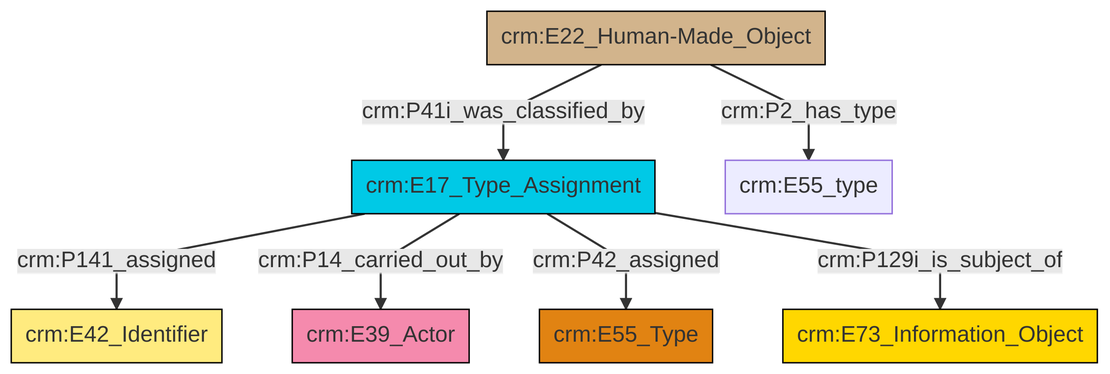
The Mermaid diagram et/builtWorkCSV/ttl/mmd/png/Built_Work_designation_status.png in swiss-art-research-net/reference-data-models, before a commit. Its source is kept beside it as et/builtWorkCSV/ttl/mmd/Built_Work_designation_status.ttl.mmd.
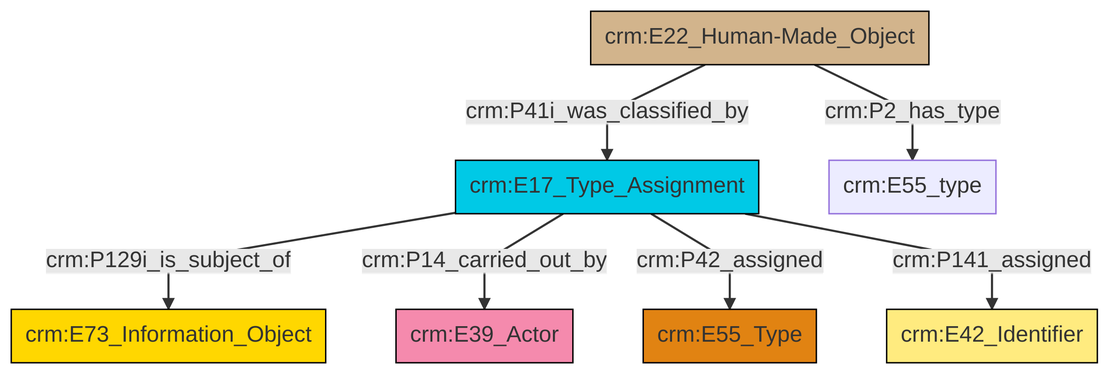
Later version of the same file.

What changed in the source:
```diff
@@ -13,9 +13,9 @@
 classDef PC_Classes fill:#4ce600, stroke:#000000;
 classDef Multi fill:#cccccc,stroke:#000000;
 
-2["crm:E17_Type_Assignment"]:::Temporal_Entity -->|crm:P141_assigned| 3["crm:E42_Identifier"]:::Appellation
-4["crm:E22_Human-Made_Object"]:::Physical_Thing -->|crm:P2_has_type| 5["crm:E55_type"]:::Default
-2["crm:E17_Type_Assignment"]:::Temporal_Entity -->|crm:P14_carried_out_by| 6["crm:E39_Actor"]:::Actor
-2["crm:E17_Type_Assignment"]:::Temporal_Entity -->|crm:P42_assigned| 7["crm:E55_Type"]:::Type
-2["crm:E17_Type_Assignment"]:::Temporal_Entity -->|crm:P129i_is_subject_of| 0["crm:E73_Information_Object"]:::Conceptual_Object
-4["crm:E22_Human-Made_Object"]:::Physical_Thing -->|crm:P41i_was_classified_by| 2["crm:E17_Type_Assignment"]:::Temporal_Entity
+2["crm:E17_Type_Assignment"]:::Temporal_Entity -->|crm:P129i_is_subject_of| 3["crm:E73_Information_Object"]:::Conceptual_Object
+0["crm:E22_Human-Made_Object"]:::Physical_Thing -->|crm:P2_has_type| 6["crm:E55_type"]:::Default
+2["crm:E17_Type_Assignment"]:::Temporal_Entity -->|crm:P14_carried_out_by| 8["crm:E39_Actor"]:::Actor
+0["crm:E22_Human-Made_Object"]:::Physical_Thing -->|crm:P41i_was_classified_by| 2["crm:E17_Type_Assignment"]:::Temporal_Entity
+2["crm:E17_Type_Assignment"]:::Temporal_Entity -->|crm:P42_assigned| 4["crm:E55_Type"]:::Type
+2["crm:E17_Type_Assignment"]:::Temporal_Entity -->|crm:P141_assigned| 13["crm:E42_Identifier"]:::Appellation
```
